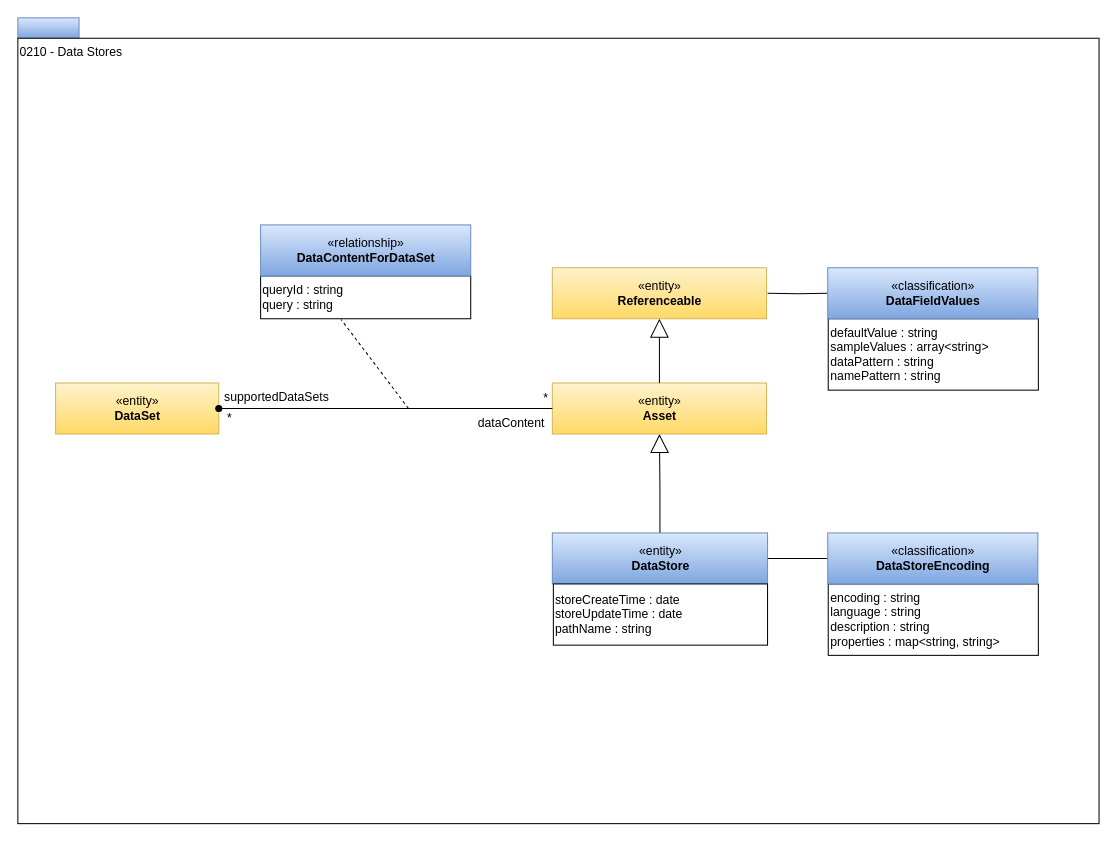
The draw.io diagram page "0210-Data-Stores" (4 of 23) of site/docs/types/2/area-2-assets.drawio in odpi/egeria-docs, before the edit. Source tidied: cells renumbered, new cells numbered last; positions are measured from the earlier drawing's top-left corner, leaving out a move shared by most shapes. Both pictures are drawn from the tidied source at 102%, with x=0, y=0 at pixel (17, 17).
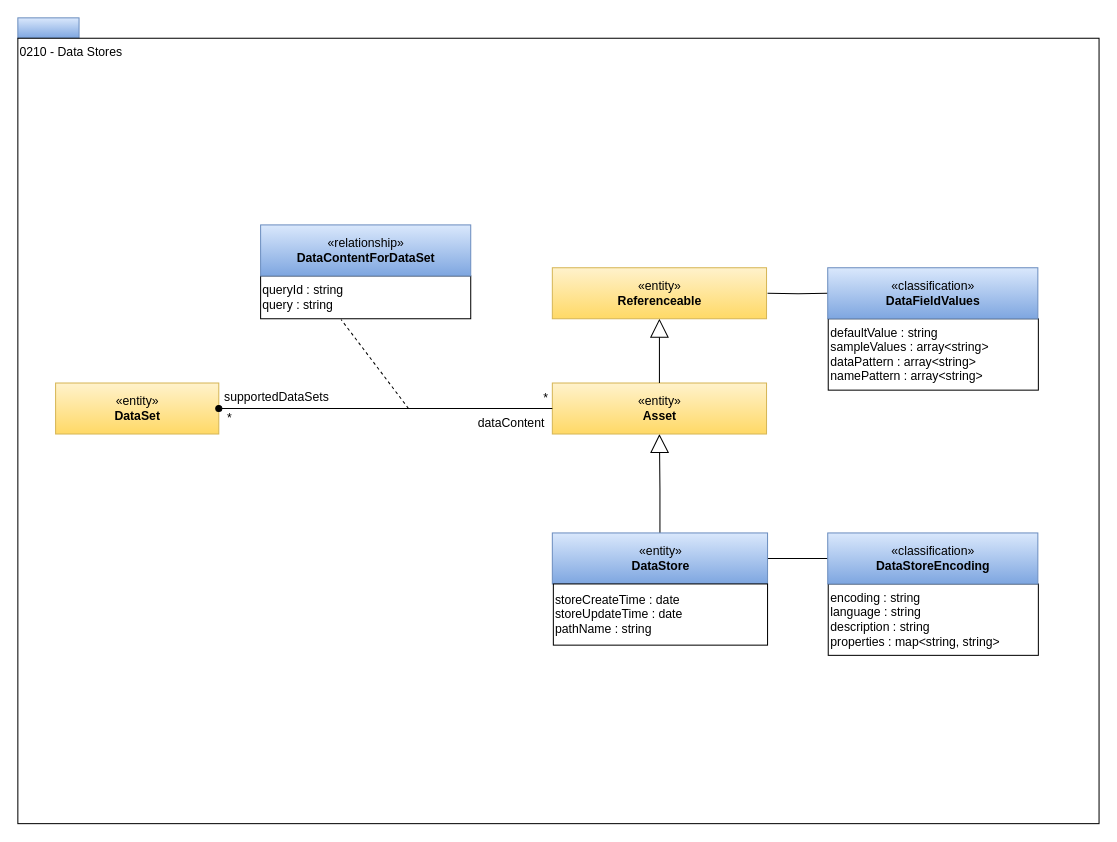
The same page after the edit.

Diff of the diagram source:
```diff
@@
-    <mxCell id="23" value="defaultValue : string&lt;br&gt;sampleValues : array&amp;lt;string&amp;gt;&lt;br&gt;dataPattern : string&lt;br&gt;namePattern : string" style="rounded=0;whiteSpace=wrap;html=1;strokeColor=#000000;gradientColor=#ffffff;align=left;" parent="1" vertex="1">
+    <mxCell id="23" value="defaultValue : string&lt;br&gt;sampleValues : array&amp;lt;string&amp;gt;&lt;br&gt;dataPattern : array&amp;lt;string&amp;gt;&lt;br&gt;namePattern : array&amp;lt;string&amp;gt;" style="rounded=0;whiteSpace=wrap;html=1;strokeColor=#000000;gradientColor=#ffffff;align=left;" parent="1" vertex="1">
       <mxGeometry x="794.5" y="295" width="206" height="70" as="geometry" />
     </mxCell>
```
